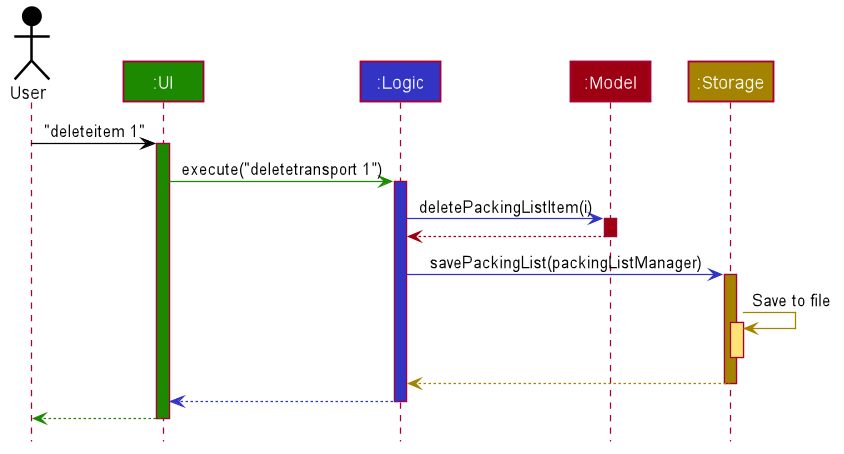
zenatrick/main keeps this PlantUML diagram as docs/images/ArchitectureSequenceDiagram.png. Above is the earlier version.
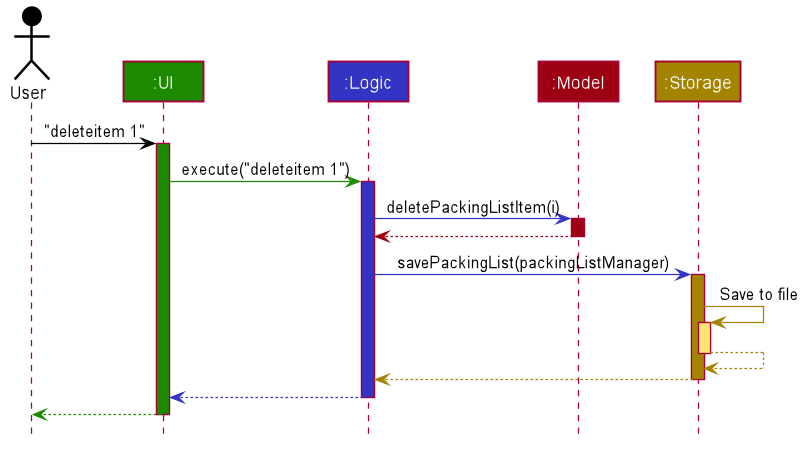
The same file after the commit.

The edit, as a diff of the source:
```diff
@@ -58,7 +58,7 @@
 user -[#000000]> ui : "deleteitem 1"
 activate ui #1D8900
 
-ui -[#1D8900]> logic : execute("deletetransport 1")
+ui -[#1D8900]> logic : execute("deleteitem 1")
 activate logic #3333C4
 
 logic -[#3333C4]> model : deletePackingListItem(i)
@@ -72,9 +72,9 @@
 
 storage -[#A38300]> storage : Save to file
 activate storage #FFE374
+return
+storage --[#A38300]> logic
 deactivate storage
-
-storage --[#A38300]> logic
 deactivate storage
 
 logic --[#3333C4]> ui
```
